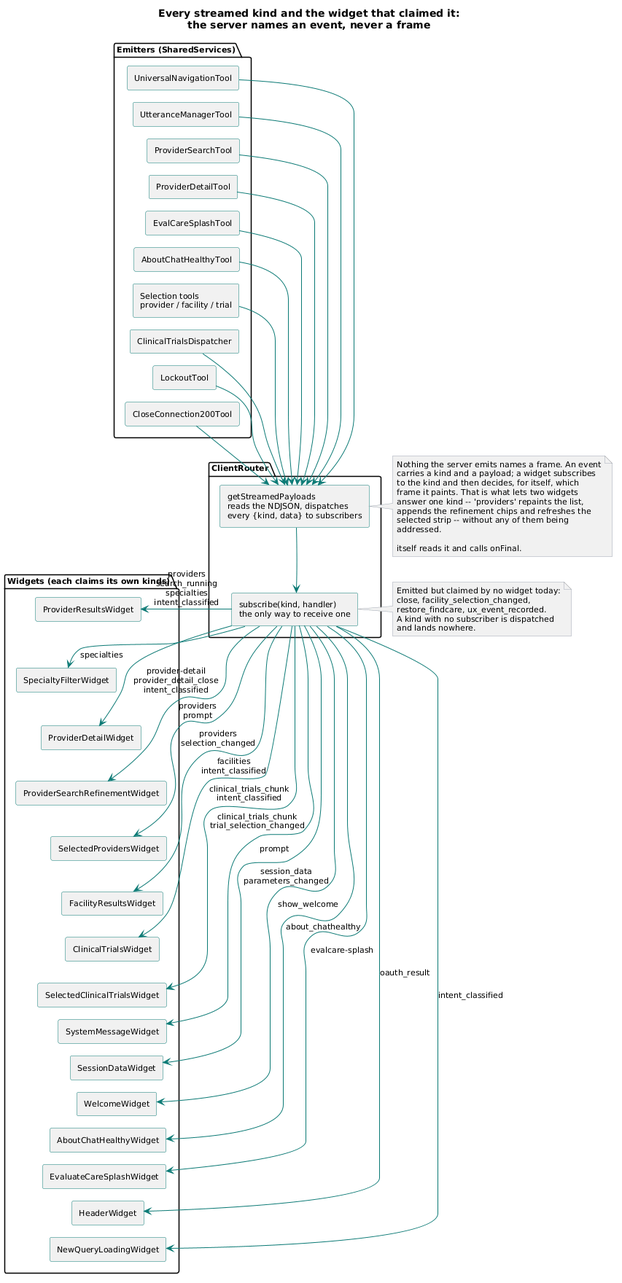
Above: brain/machine_artifacts/diagramsAndImages/rendered/ss_stream_kinds.png in SkipSnow/ChatHealthyRepo (PlantUML), before the change. The source it was exported from:
```plantuml
@startuml
skinparam shadowing false
skinparam defaultFontName Segoe UI
skinparam defaultFontSize 11
skinparam ArrowColor #0b7a75
skinparam ComponentBorderColor #0b7a75
skinparam DatabaseBorderColor #6b7280
skinparam NoteBackgroundColor #f3f4f6
skinparam NoteBorderColor #9ca3af
skinparam componentStyle rectangle
skinparam nodesep 8
skinparam ranksep 14

title Every streamed kind and the widget that claimed it:\nthe server names an event, never a frame

package "Emitters (SharedServices)" #fdfdfd {
  [UniversalNavigationTool] as UR
  [UtteranceManagerTool] as UM
  [ProviderSearchTool] as PST
  [ProviderDetailTool] as PDT
  [EvalCareSplashTool] as ESP
  [AboutChatHealthyTool] as ABT
  [Selection tools\nprovider / facility / trial] as SEL
  [ClinicalTrialsDispatcher] as CTD
  [LockoutTool] as LOCK
  [CloseConnection200Tool] as CLOSE

  UR -[hidden]down- UM
  UM -[hidden]down- PST
  PST -[hidden]down- PDT
  PDT -[hidden]down- ESP
  ESP -[hidden]down- ABT
  ABT -[hidden]down- SEL
  SEL -[hidden]down- CTD
  CTD -[hidden]down- LOCK
  LOCK -[hidden]down- CLOSE
}

package "ClientRouter" #fdfdfd {
  [getStreamedPayloads\nreads the NDJSON, dispatches\nevery {kind, data} to subscribers] as ROUTER
  [subscribe(kind, handler)\nthe only way to receive one] as SUB

  ROUTER -[hidden]down- SUB
}

package "Widgets (each claims its own kinds)" #fdfdfd {
  [ProviderResultsWidget] as WPR
  [SpecialtyFilterWidget] as WSF
  [ProviderDetailWidget] as WPD
  [ProviderSearchRefinementWidget] as WPRF
  [SelectedProvidersWidget] as WSP
  [FacilityResultsWidget] as WFR
  [ClinicalTrialsWidget] as WCT
  [SelectedClinicalTrialsWidget] as WSCT
  [SystemMessageWidget] as WSM
  [SessionDataWidget] as WSD
  [WelcomeWidget] as WW
  [AboutChatHealthyWidget] as WAB
  [EvaluateCareSplashWidget] as WES
  [HeaderWidget] as WH
  [NewQueryLoadingWidget] as WNQ

  WPR -[hidden]down- WSF
  WSF -[hidden]down- WPD
  WPD -[hidden]down- WPRF
  WPRF -[hidden]down- WSP
  WSP -[hidden]down- WFR
  WFR -[hidden]down- WCT
  WCT -[hidden]down- WSCT
  WSCT -[hidden]down- WSM
  WSM -[hidden]down- WSD
  WSD -[hidden]down- WW
  WW -[hidden]down- WAB
  WAB -[hidden]down- WES
  WES -[hidden]down- WH
  WH -[hidden]down- WNQ
}

UR --> ROUTER
UM --> ROUTER
PST --> ROUTER
PDT --> ROUTER
ESP --> ROUTER
ABT --> ROUTER
SEL --> ROUTER
CTD --> ROUTER
LOCK --> ROUTER
CLOSE --> ROUTER

ROUTER --> SUB

SUB --> WPR : providers\nsearch_running\nspecialties\nintent_classified
SUB --> WSF : specialties
SUB --> WPD : provider-detail\nprovider_detail_close\nintent_classified
SUB --> WPRF : providers\nprompt
SUB --> WSP : providers\nselection_changed
SUB --> WFR : facilities\nintent_classified
SUB --> WCT : clinical_trials_chunk\nintent_classified
SUB --> WSCT : clinical_trials_chunk\ntrial_selection_changed
SUB --> WSM : prompt
SUB --> WSD : session_data\nparameters_changed
SUB --> WW : show_welcome
SUB --> WAB : about_chathealthy
SUB --> WES : evalcare-splash
SUB --> WH : oauth_result
SUB --> WNQ : intent_classified

note right of ROUTER #f3f4f6
  Nothing the server emits names a frame. An event
  carries a kind and a payload; a widget subscribes
  to the kind and then decides, for itself, which
  frame it paints. That is what lets two widgets
  answer one kind -- 'providers' repaints the list,
  appends the refinement chips and refreshes the
  selected strip -- without any of them being
  addressed.

  itself reads it and calls onFinal.
end note

note right of SUB #f3f4f6
  Emitted but claimed by no widget today:
  close, facility_selection_changed,
  restore_findcare, ux_event_recorded.
  A kind with no subscriber is dispatched
  and lands nowhere.
end note
@enduml
```
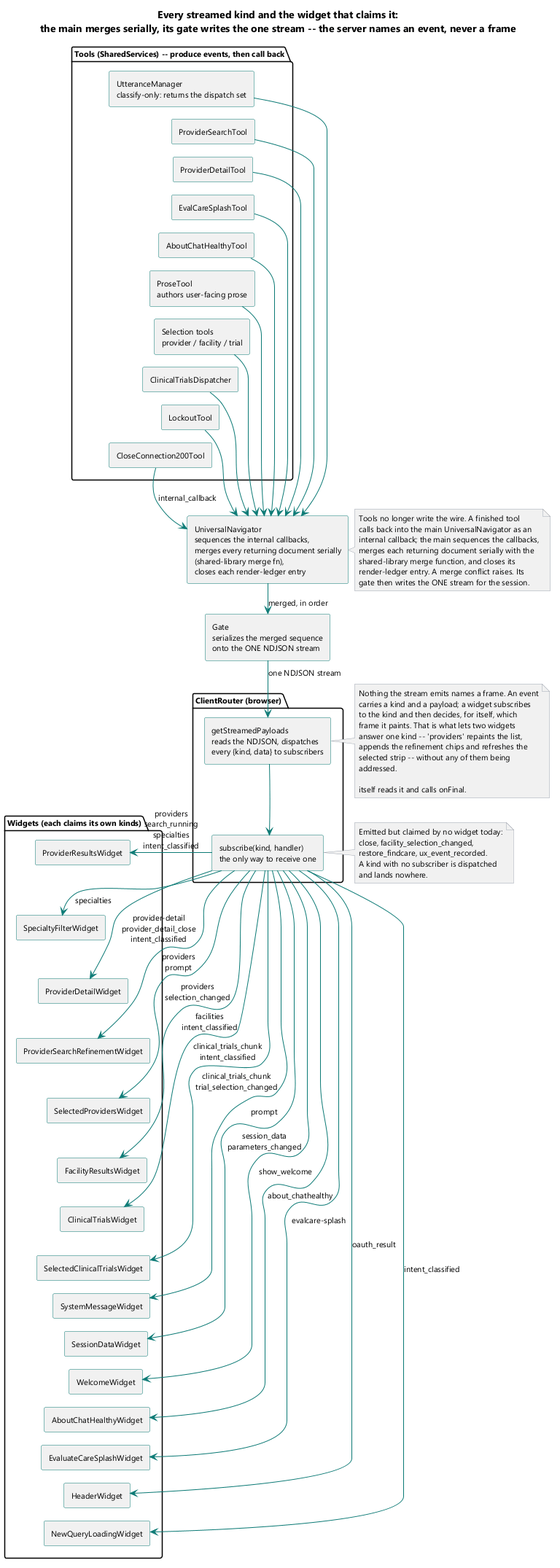
After the change.

Change to the diagram source:
```diff
@@ -9,34 +9,37 @@
 skinparam NoteBorderColor #9ca3af
 skinparam componentStyle rectangle
 skinparam nodesep 8
-skinparam ranksep 14
+skinparam ranksep 16
 
-title Every streamed kind and the widget that claimed it:\nthe server names an event, never a frame
+title Every streamed kind and the widget that claims it:\nthe main merges serially, its gate writes the one stream -- the server names an event, never a frame
 
-package "Emitters (SharedServices)" #fdfdfd {
-  [UniversalNavigationTool] as UR
-  [UtteranceManagerTool] as UM
+package "Tools (SharedServices) -- produce events, then call back" #fdfdfd {
+  [UtteranceManager\nclassify-only: returns the dispatch set] as UM
   [ProviderSearchTool] as PST
   [ProviderDetailTool] as PDT
   [EvalCareSplashTool] as ESP
   [AboutChatHealthyTool] as ABT
+  [ProseTool\nauthors user-facing prose] as PROSE
   [Selection tools\nprovider / facility / trial] as SEL
   [ClinicalTrialsDispatcher] as CTD
   [LockoutTool] as LOCK
   [CloseConnection200Tool] as CLOSE
 
-  UR -[hidden]down- UM
   UM -[hidden]down- PST
   PST -[hidden]down- PDT
   PDT -[hidden]down- ESP
   ESP -[hidden]down- ABT
-  ABT -[hidden]down- SEL
+  ABT -[hidden]down- PROSE
+  PROSE -[hidden]down- SEL
   SEL -[hidden]down- CTD
   CTD -[hidden]down- LOCK
   LOCK -[hidden]down- CLOSE
 }
 
-package "ClientRouter" #fdfdfd {
+[UniversalNavigator\nsequences the internal callbacks,\nmerges every returning document serially\n(shared-library merge fn),\ncloses each render-ledger entry] as NAV
+[Gate\nserializes the merged sequence\nonto the ONE NDJSON stream] as GATE
+
+package "ClientRouter (browser)" #fdfdfd {
   [getStreamedPayloads\nreads the NDJSON, dispatches\nevery {kind, data} to subscribers] as ROUTER
   [subscribe(kind, handler)\nthe only way to receive one] as SUB
 
@@ -76,16 +79,19 @@
   WH -[hidden]down- WNQ
 }
 
-UR --> ROUTER
-UM --> ROUTER
-PST --> ROUTER
-PDT --> ROUTER
-ESP --> ROUTER
-ABT --> ROUTER
-SEL --> ROUTER
-CTD --> ROUTER
-LOCK --> ROUTER
-CLOSE --> ROUTER
+UM --> NAV
+PST --> NAV
+PDT --> NAV
+ESP --> NAV
+ABT --> NAV
+PROSE --> NAV
+SEL --> NAV
+CTD --> NAV
+LOCK --> NAV
+CLOSE --> NAV : internal_callback
+
+NAV --> GATE : merged, in order
+GATE --> ROUTER : one NDJSON stream
 
 ROUTER --> SUB
 
@@ -105,8 +111,18 @@
 SUB --> WH : oauth_result
 SUB --> WNQ : intent_classified
 
+note right of NAV #f3f4f6
+  Tools no longer write the wire. A finished tool
+  calls back into the main UniversalNavigator as an
+  internal callback; the main sequences the callbacks,
+  merges each returning document serially with the
+  shared-library merge function, and closes its
+  render-ledger entry. A merge conflict raises. Its
+  gate then writes the ONE stream for the session.
+end note
+
 note right of ROUTER #f3f4f6
-  Nothing the server emits names a frame. An event
+  Nothing the stream emits names a frame. An event
   carries a kind and a payload; a widget subscribes
   to the kind and then decides, for itself, which
   frame it paints. That is what lets two widgets
@@ -125,4 +141,5 @@
   A kind with no subscriber is dispatched
   and lands nowhere.
 end note
+
 @enduml
```
